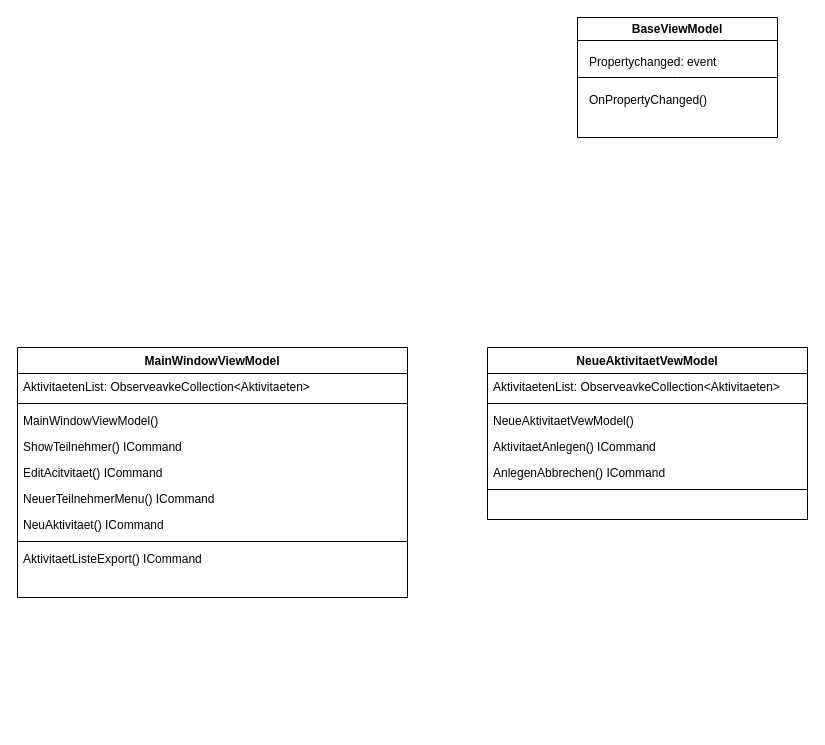
Above: CVAVT/Diagrams/UML_erweitert.drawio in mastapetz/CVAVT (draw.io), before the change. Source tidied: cells renumbered, new cells numbered last; positions are measured from the earlier drawing's top-left corner, leaving out a move shared by most shapes. Both pictures are drawn from the tidied source at 100%, with x=0, y=0 at pixel (17, 17).
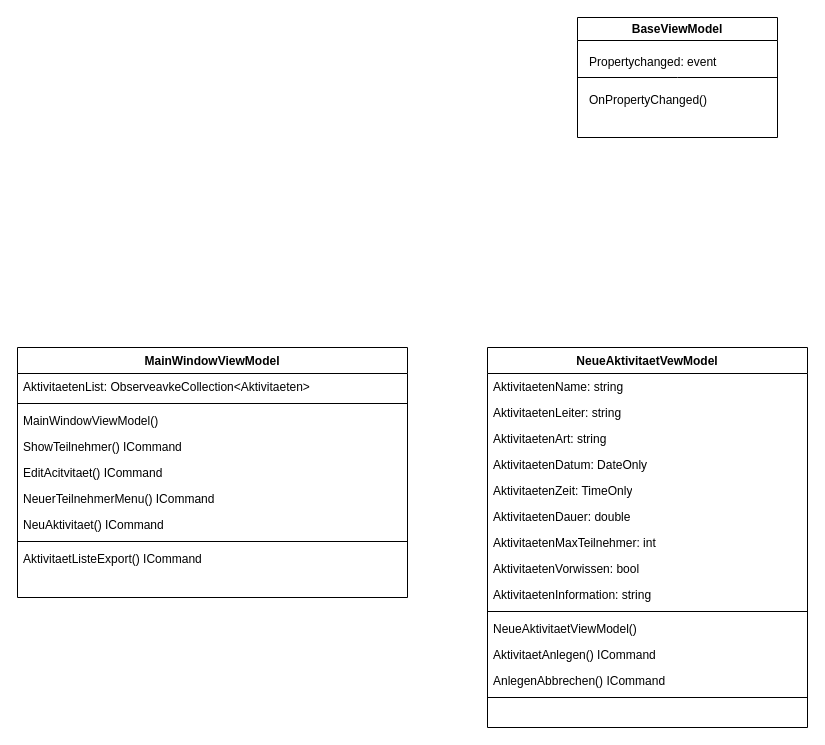
After the change.

Commit message:
NeuAktivitaetViewModel erweitert

What changed in the source:
```diff
@@
     <mxCell id="6" value="NeueAktivitaetVewModel" style="swimlane;fontStyle=1;align=center;verticalAlign=top;horizontal=1;startSize=26;whiteSpace=wrap;html=1;" parent="1" vertex="1">
-      <mxGeometry x="470" y="330" width="320" height="172" as="geometry" />
+      <mxGeometry x="470" y="330" width="320" height="380" as="geometry" />
     </mxCell>
-    <mxCell id="7" value="AktivitaetenList: ObserveavkeCollection&amp;lt;Aktivitaeten&amp;gt;" style="text;strokeColor=none;fillColor=none;align=left;verticalAlign=top;spacingLeft=4;spacingRight=4;overflow=hidden;whiteSpace=wrap;html=1;" parent="6" vertex="1">
+    <mxCell id="7" value="AktivitaetenName: string" style="text;strokeColor=none;fillColor=none;align=left;verticalAlign=top;spacingLeft=4;spacingRight=4;overflow=hidden;whiteSpace=wrap;html=1;" parent="6" vertex="1">
       <mxGeometry y="26" width="320" height="26" as="geometry" />
     </mxCell>
+    <mxCell id="25" value="AktivitaetenLeiter: string" style="text;strokeColor=none;fillColor=none;align=left;verticalAlign=top;spacingLeft=4;spacingRight=4;overflow=hidden;whiteSpace=wrap;html=1;" parent="6" vertex="1">
+      <mxGeometry y="52" width="320" height="26" as="geometry" />
+    </mxCell>
+    <mxCell id="26" value="AktivitaetenArt: string" style="text;strokeColor=none;fillColor=none;align=left;verticalAlign=top;spacingLeft=4;spacingRight=4;overflow=hidden;whiteSpace=wrap;html=1;" parent="6" vertex="1">
+      <mxGeometry y="78" width="320" height="26" as="geometry" />
+    </mxCell>
+    <mxCell id="27" value="AktivitaetenDatum: DateOnly" style="text;strokeColor=none;fillColor=none;align=left;verticalAlign=top;spacingLeft=4;spacingRight=4;overflow=hidden;whiteSpace=wrap;html=1;" parent="6" vertex="1">
+      <mxGeometry y="104" width="320" height="26" as="geometry" />
+    </mxCell>
+    <mxCell id="28" value="AktivitaetenZeit: TimeOnly" style="text;strokeColor=none;fillColor=none;align=left;verticalAlign=top;spacingLeft=4;spacingRight=4;overflow=hidden;whiteSpace=wrap;html=1;" parent="6" vertex="1">
+      <mxGeometry y="130" width="320" height="26" as="geometry" />
+    </mxCell>
+    <mxCell id="29" value="AktivitaetenDauer: double" style="text;strokeColor=none;fillColor=none;align=left;verticalAlign=top;spacingLeft=4;spacingRight=4;overflow=hidden;whiteSpace=wrap;html=1;" parent="6" vertex="1">
+      <mxGeometry y="156" width="320" height="26" as="geometry" />
+    </mxCell>
+    <mxCell id="30" value="AktivitaetenMaxTeilnehmer: int" style="text;strokeColor=none;fillColor=none;align=left;verticalAlign=top;spacingLeft=4;spacingRight=4;overflow=hidden;whiteSpace=wrap;html=1;" parent="6" vertex="1">
+      <mxGeometry y="182" width="320" height="26" as="geometry" />
+    </mxCell>
+    <mxCell id="31" value="AktivitaetenVorwissen: bool" style="text;strokeColor=none;fillColor=none;align=left;verticalAlign=top;spacingLeft=4;spacingRight=4;overflow=hidden;whiteSpace=wrap;html=1;" parent="6" vertex="1">
+      <mxGeometry y="208" width="320" height="26" as="geometry" />
+    </mxCell>
+    <mxCell id="32" value="AktivitaetenInformation: string" style="text;strokeColor=none;fillColor=none;align=left;verticalAlign=top;spacingLeft=4;spacingRight=4;overflow=hidden;whiteSpace=wrap;html=1;" parent="6" vertex="1">
+      <mxGeometry y="234" width="320" height="26" as="geometry" />
+    </mxCell>
     <mxCell id="8" style="line;strokeWidth=1;fillColor=none;align=left;verticalAlign=middle;spacingTop=-1;spacingLeft=3;spacingRight=3;labelPosition=right;strokeColor=inherit;" parent="6" vertex="1">
-      <mxGeometry y="52" width="320" height="8" as="geometry" />
+      <mxGeometry y="260" width="320" height="8" as="geometry" />
     </mxCell>
-    <mxCell id="9" value="NeueAktivitaetVewModel()" style="text;strokeColor=none;fillColor=none;align=left;verticalAlign=top;spacingLeft=4;spacingRight=4;overflow=hidden;whiteSpace=wrap;html=1;" parent="6" vertex="1">
-      <mxGeometry y="60" width="320" height="26" as="geometry" />
+    <mxCell id="9" value="NeueAktivitaetViewModel()" style="text;strokeColor=none;fillColor=none;align=left;verticalAlign=top;spacingLeft=4;spacingRight=4;overflow=hidden;whiteSpace=wrap;html=1;" parent="6" vertex="1">
+      <mxGeometry y="268" width="320" height="26" as="geometry" />
     </mxCell>
     <mxCell id="10" value="AktivitaetAnlegen() ICommand" style="text;strokeColor=none;fillColor=none;align=left;verticalAlign=top;spacingLeft=4;spacingRight=4;overflow=hidden;whiteSpace=wrap;html=1;" parent="6" vertex="1">
-      <mxGeometry y="86" width="320" height="26" as="geometry" />
+      <mxGeometry y="294" width="320" height="26" as="geometry" />
     </mxCell>
     <mxCell id="11" value="AnlegenAbbrechen() ICommand" style="text;strokeColor=none;fillColor=none;align=left;verticalAlign=top;spacingLeft=4;spacingRight=4;overflow=hidden;whiteSpace=wrap;html=1;" parent="6" vertex="1">
-      <mxGeometry y="112" width="320" height="26" as="geometry" />
+      <mxGeometry y="320" width="320" height="26" as="geometry" />
     </mxCell>
     <mxCell id="12" style="line;strokeWidth=1;fillColor=none;align=left;verticalAlign=middle;spacingTop=-1;spacingLeft=3;spacingRight=3;labelPosition=right;strokeColor=inherit;" parent="6" vertex="1">
-      <mxGeometry y="138" width="320" height="8" as="geometry" />
+      <mxGeometry y="346" width="320" height="8" as="geometry" />
     </mxCell>
     <mxCell id="13" style="text;strokeColor=none;fillColor=none;align=left;verticalAlign=top;spacingLeft=4;spacingRight=4;overflow=hidden;whiteSpace=wrap;html=1;" parent="6" vertex="1">
-      <mxGeometry y="146" width="320" height="26" as="geometry" />
+      <mxGeometry y="354" width="320" height="26" as="geometry" />
     </mxCell>
```
